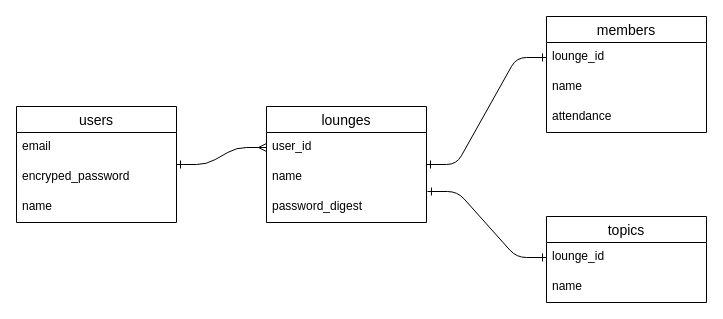
Earlier version of the draw.io diagram rough sketch/ER図.dio (sabanonitsuke/IceClasher). Source tidied: cells renumbered, new cells numbered last; positions are measured from the earlier drawing's top-left corner, leaving out a move shared by most shapes. Both pictures are drawn from the tidied source at 100%, with x=0, y=0 at pixel (16, 16).
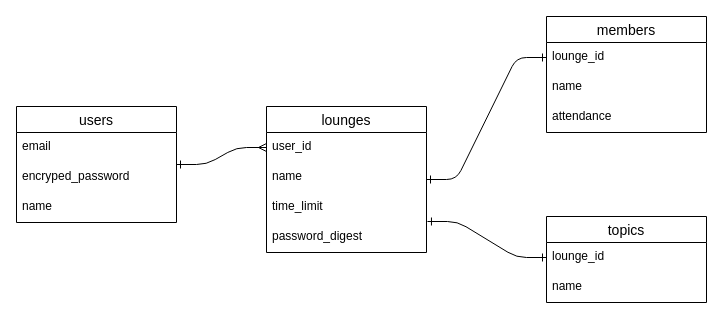
After the change.

What changed in the source:
```diff
@@
     <mxCell id="6" value="lounges" style="swimlane;fontStyle=0;horizontal=1;startSize=26;align=center;fontSize=14;" parent="1" vertex="1">
-      <mxGeometry x="250" y="90" width="160" height="116" as="geometry" />
+      <mxGeometry x="250" y="90" width="160" height="146" as="geometry" />
     </mxCell>
@@
+    <mxCell id="20" value="time_limit" style="text;strokeColor=none;fillColor=none;spacingLeft=4;spacingRight=4;overflow=hidden;fontSize=12;" parent="6" vertex="1">
+      <mxGeometry y="86" width="160" height="30" as="geometry" />
+    </mxCell>
     <mxCell id="9" value="password_digest" style="text;strokeColor=none;fillColor=none;spacingLeft=4;spacingRight=4;overflow=hidden;points=[[0,0.5],[1,0.5]];portConstraint=eastwest;fontSize=12;" parent="6" vertex="1">
-      <mxGeometry y="86" width="160" height="30" as="geometry" />
+      <mxGeometry y="116" width="160" height="30" as="geometry" />
     </mxCell>
```
